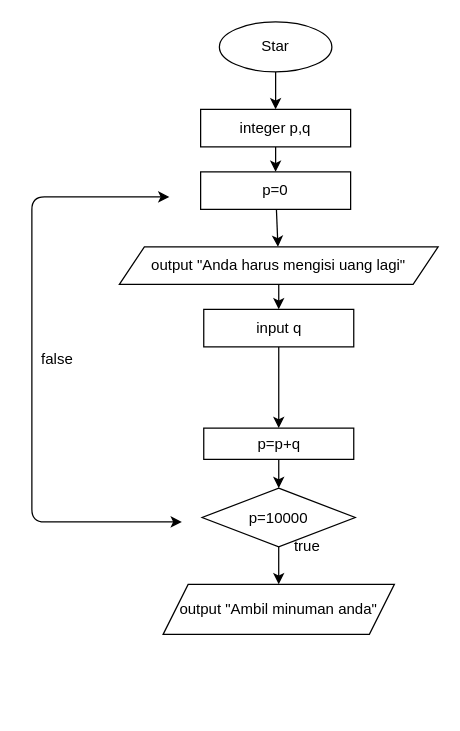
The draw.io diagram flowchart.drawio in maulliidda/MaulidaFP12, before the edit. Source tidied: cells renumbered, new cells numbered last; positions are measured from the earlier drawing's top-left corner, leaving out a move shared by most shapes. Both pictures are drawn from the tidied source at 125%, with x=0, y=0 at pixel (31, 21).
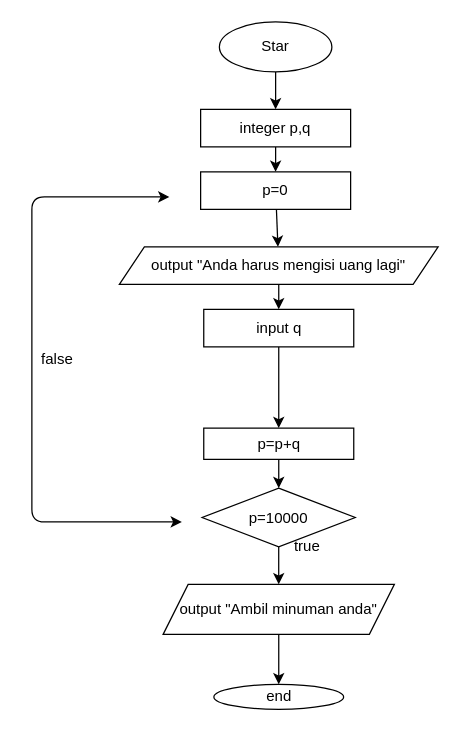
Above is the later version.

Commit message:
flowchart end and user can take water

The change refers to these unchanged cells:
```xml
<mxCell id="16" value="output &quot;Ambil minuman anda&quot;" style="shape=parallelogram;perimeter=parallelogramPerimeter;whiteSpace=wrap;html=1;fixedSize=1;" parent="1" vertex="1">
  <mxGeometry x="105" y="450" width="185" height="40" as="geometry" />
</mxCell>
```

Change to the diagram source:
```diff
@@
+    <mxCell id="20" style="edgeStyle=none;html=1;" parent="1" edge="1" source="16" target="21">
+      <mxGeometry relative="1" as="geometry" />
+    </mxCell>
@@
+    <mxCell id="21" value="end" style="ellipse;whiteSpace=wrap;html=1;" parent="1" vertex="1">
+      <mxGeometry x="145.6" y="530" width="103.8" height="20" as="geometry" />
+    </mxCell>
```
